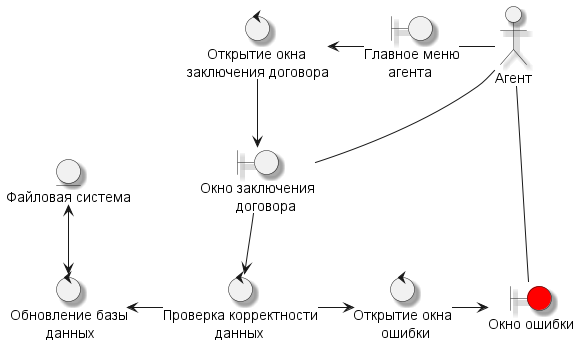
This is out/Resource/Диаграммы пригодности/Заключение договора (Агент).png from MiFit1/OSOGO, a PlantUML export, as it was before one commit.
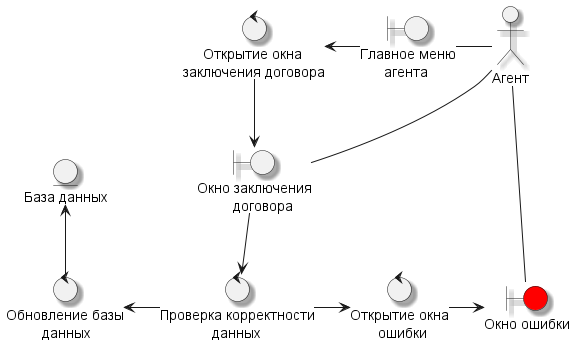
The same diagram one commit later.

Change to the diagram source:
```diff
@@ -9,7 +9,7 @@
 control "Обновление базы\n         данных" as updateDatabase
 control "Проверка корректности\n             данных" as checkCorrectData
 control "Открытие окна\n       ошибки" as errorWindowControl
-entity "Файловая система" as fs
+entity "База данных" as fs
 
 agent -l- mainMenuAg
 mainMenuAg -l-> contractWindowControl
@@ -18,7 +18,7 @@
 checkCorrectData -r-> errorWindowControl
 errorWindowControl -r-> errorWindow
 checkCorrectData -l-> updateDatabase
-updateDatabase <-u-> fs
+updateDatabase -u-> fs
 
 agent -- contractWindow
 agent -- errorWindow
```
